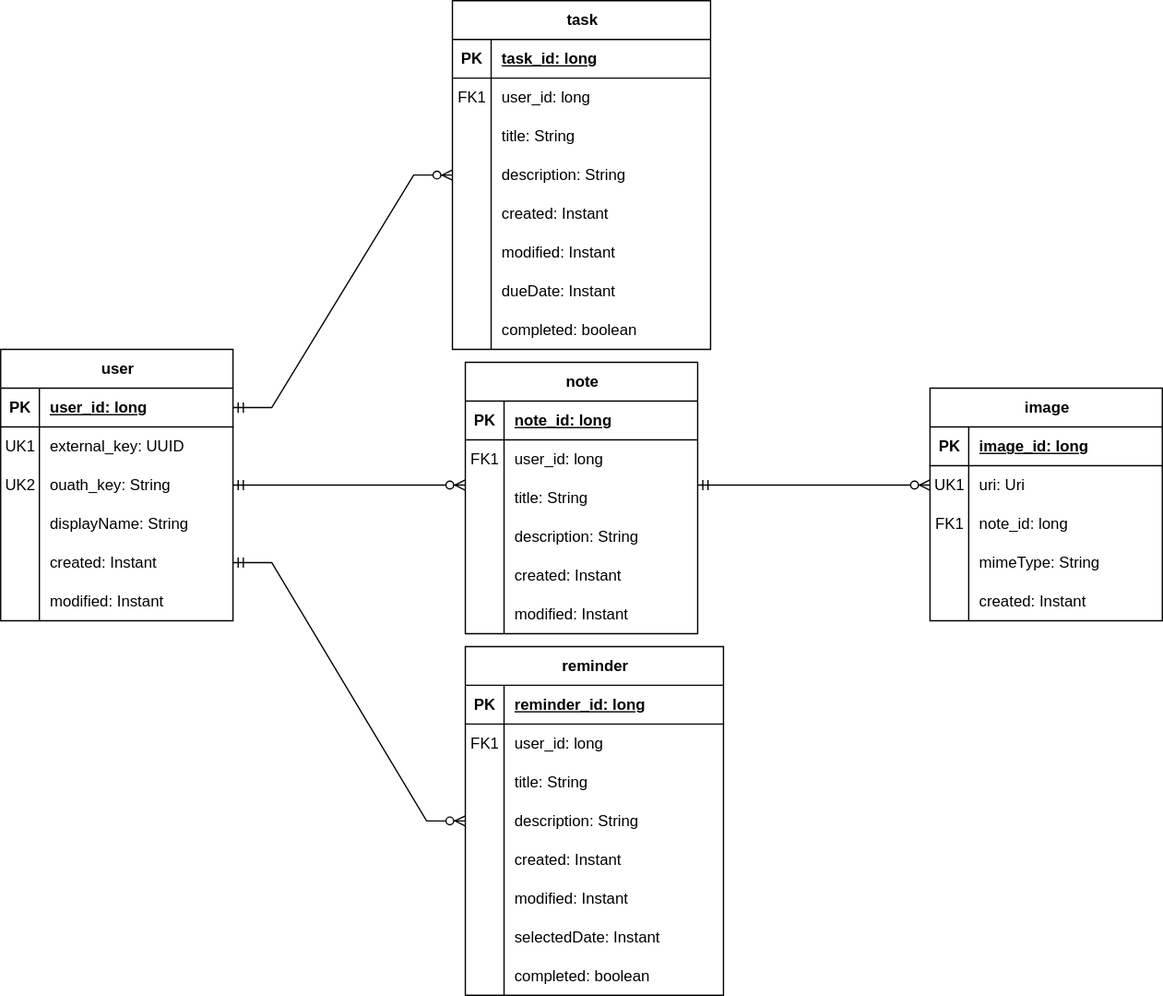
The draw.io diagram docs/img/Noted-ERD.drawio.svg in ddc-java-21/noted-dobisike, before a commit. Source tidied: cells renumbered, new cells last; positions are measured from the earlier drawing's top-left corner, leaving out a move shared by most shapes.
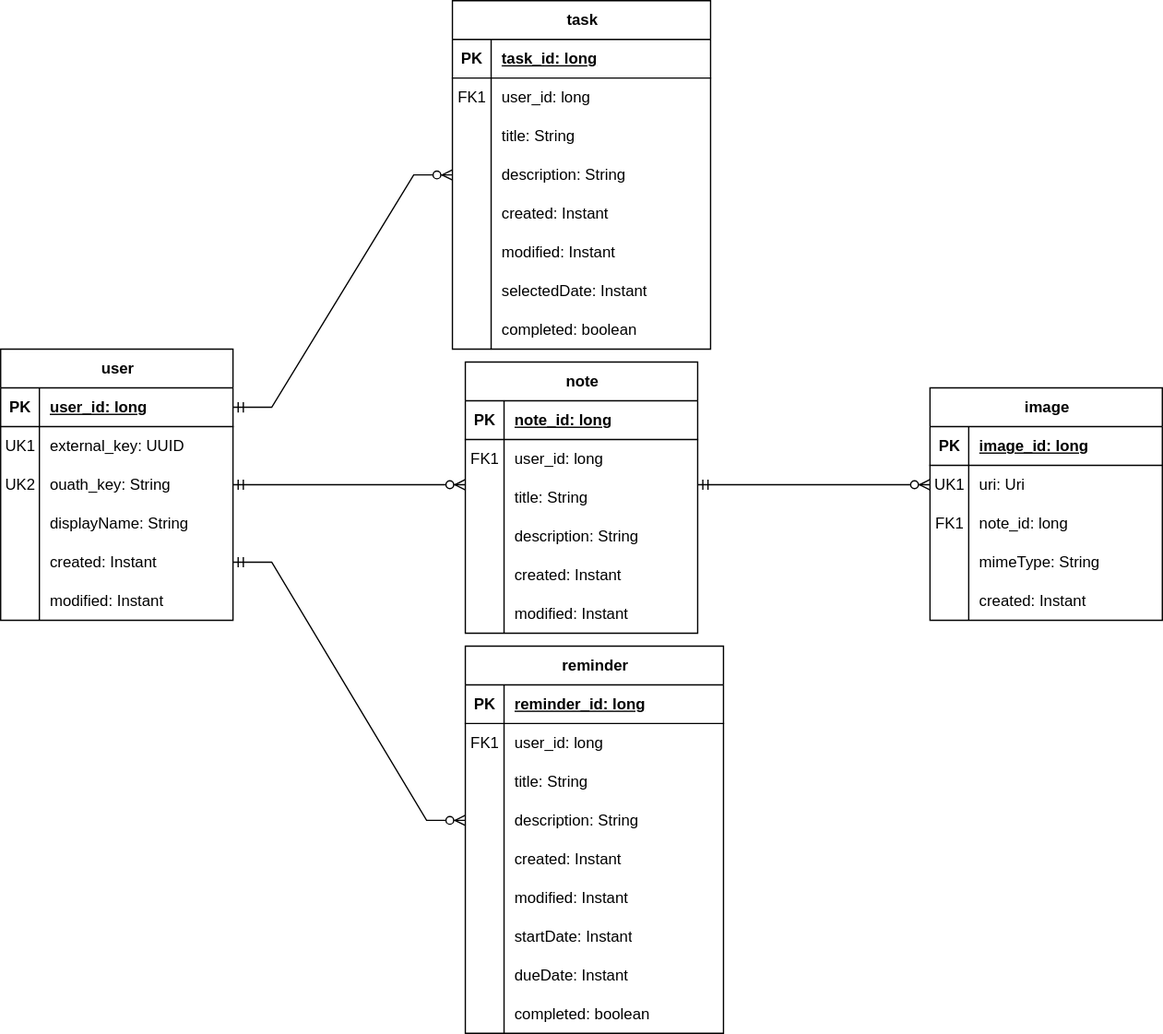
After the commit.

Commit message:
Updated ERD svg and pdf.

Diff of the diagram source:
```diff
@@ -227,7 +227,7 @@
     <mxCell id="76" value="&lt;div&gt;&lt;br/&gt;&lt;/div&gt;" style="shape=partialRectangle;fillColor=none;top=0;left=0;bottom=0;right=0;overflow=hidden;whiteSpace=wrap;html=1;" parent="75" vertex="1">
       <mxGeometry width="30" height="30" as="geometry" />
     </mxCell>
-    <mxCell id="77" value="dueDate: Instant" style="shape=partialRectangle;fillColor=none;top=0;left=0;bottom=0;right=0;align=left;spacingLeft=6;overflow=hidden;whiteSpace=wrap;html=1;" parent="75" vertex="1">
+    <mxCell id="77" value="selectedDate: Instant" style="shape=partialRectangle;fillColor=none;top=0;left=0;bottom=0;right=0;align=left;spacingLeft=6;overflow=hidden;whiteSpace=wrap;html=1;" parent="75" vertex="1">
       <mxGeometry x="30" width="170" height="30" as="geometry" />
     </mxCell>
     <mxCell id="78" style="shape=tableRow;horizontal=0;startSize=0;swimlaneHead=0;swimlaneBody=0;fillColor=none;top=0;left=0;right=0;bottom=0;" parent="56" vertex="1">
@@ -256,7 +256,7 @@
       <mxGeometry relative="1" as="geometry" />
     </mxCell>
     <mxCell id="85" value="reminder" style="shape=table;startSize=30;rowLines=0;fontStyle=1;align=center;html=1;" parent="1" vertex="1">
-      <mxGeometry x="360" y="500" width="200" height="270" as="geometry" />
+      <mxGeometry x="360" y="500" width="200" height="300" as="geometry" />
     </mxCell>
     <mxCell id="86" style="shape=tableRow;horizontal=0;startSize=0;swimlaneHead=0;swimlaneBody=0;fillColor=none;top=0;left=0;right=0;bottom=1;" parent="85" vertex="1">
       <mxGeometry y="30" width="200" height="30" as="geometry" />
@@ -318,11 +318,20 @@
     <mxCell id="105" style="shape=partialRectangle;fillColor=none;top=0;left=0;bottom=0;right=0;overflow=hidden;whiteSpace=wrap;html=1;" parent="104" vertex="1">
       <mxGeometry width="30" height="30" as="geometry" />
     </mxCell>
-    <mxCell id="106" value="selectedDate: Instant" style="shape=partialRectangle;fillColor=none;top=0;left=0;bottom=0;right=0;align=left;spacingLeft=6;overflow=hidden;whiteSpace=wrap;html=1;" parent="104" vertex="1">
+    <mxCell id="106" value="startDate: Instant" style="shape=partialRectangle;fillColor=none;top=0;left=0;bottom=0;right=0;align=left;spacingLeft=6;overflow=hidden;whiteSpace=wrap;html=1;" parent="104" vertex="1">
       <mxGeometry x="30" width="170" height="30" as="geometry" />
     </mxCell>
+    <mxCell id="110" style="shape=tableRow;horizontal=0;startSize=0;swimlaneHead=0;swimlaneBody=0;fillColor=none;top=0;left=0;right=0;bottom=0;" parent="85" vertex="1">
+      <mxGeometry y="240" width="200" height="30" as="geometry" />
+    </mxCell>
+    <mxCell id="111" style="shape=partialRectangle;fillColor=none;top=0;left=0;bottom=0;right=0;overflow=hidden;whiteSpace=wrap;html=1;" parent="110" vertex="1">
+      <mxGeometry width="30" height="30" as="geometry" />
+    </mxCell>
+    <mxCell id="112" value="dueDate: Instant" style="shape=partialRectangle;fillColor=none;top=0;left=0;bottom=0;right=0;align=left;spacingLeft=6;overflow=hidden;whiteSpace=wrap;html=1;" parent="110" vertex="1">
+      <mxGeometry x="30" width="170" height="30" as="geometry" />
+    </mxCell>
     <mxCell id="107" style="shape=tableRow;horizontal=0;startSize=0;swimlaneHead=0;swimlaneBody=0;fillColor=none;top=0;left=0;right=0;bottom=0;" parent="85" vertex="1">
-      <mxGeometry y="240" width="200" height="30" as="geometry" />
+      <mxGeometry y="270" width="200" height="30" as="geometry" />
     </mxCell>
     <mxCell id="108" style="shape=partialRectangle;fillColor=none;top=0;left=0;bottom=0;right=0;overflow=hidden;whiteSpace=wrap;html=1;" parent="107" vertex="1">
       <mxGeometry width="30" height="30" as="geometry" />
```
